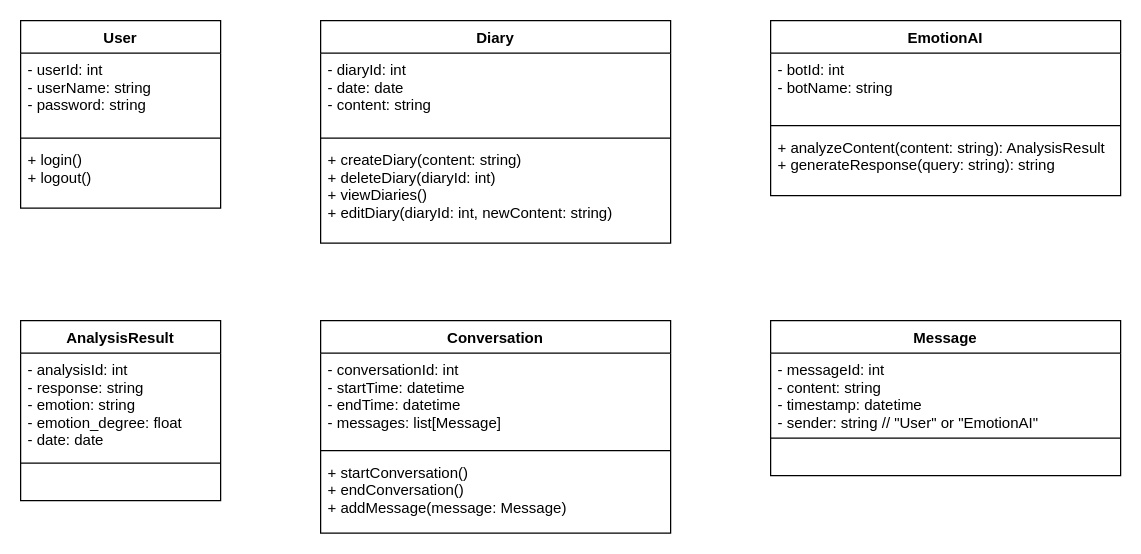
This is spec/figure_class/classes.drawio from ut42univ/EmoDialog, a draw.io file, before an edit. Source tidied: cells renumbered, new cells numbered last; positions are measured from the earlier drawing's top-left corner, leaving out a move shared by most shapes. Both pictures are drawn from the tidied source at 125%, with x=0, y=0 at pixel (20, 20).
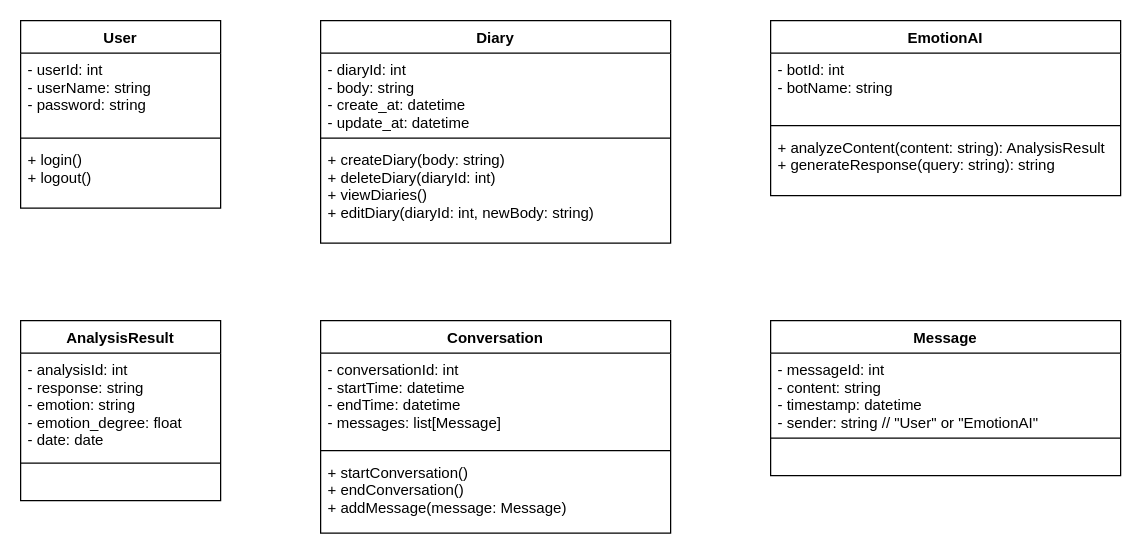
Above is the later version.

Unchanged cells that the change refers to:
```xml
<mxCell id="6" value="Diary" style="swimlane;fontStyle=1;align=center;verticalAlign=top;horizontal=1;startSize=26;" parent="1" vertex="1">
  <mxGeometry x="240" width="280" height="178" as="geometry" />
</mxCell>
```

What changed in the source:
```diff
@@
-    <mxCell id="7" value="- diaryId: int&#10;- date: date&#10;- content: string" style="text;strokeColor=none;fillColor=none;align=left;verticalAlign=top;spacingLeft=4;spacingRight=4;overflow=hidden;" parent="6" vertex="1">
+    <mxCell id="7" value="- diaryId: int&#10;- body: string&#10;- create_at: datetime&#10;- update_at: datetime" style="text;strokeColor=none;fillColor=none;align=left;verticalAlign=top;spacingLeft=4;spacingRight=4;overflow=hidden;" parent="6" vertex="1">
       <mxGeometry y="26" width="280" height="64" as="geometry" />
     </mxCell>
@@
-    <mxCell id="9" value="+ createDiary(content: string)&#10;+ deleteDiary(diaryId: int)&#10;+ viewDiaries()&#10;+ editDiary(diaryId: int, newContent: string)" style="text;strokeColor=none;fillColor=none;align=left;verticalAlign=top;spacingLeft=4;spacingRight=4;overflow=hidden;labelBorderColor=none;labelBackgroundColor=none;fontColor=default;" parent="6" vertex="1">
+    <mxCell id="9" value="+ createDiary(body: string)&#10;+ deleteDiary(diaryId: int)&#10;+ viewDiaries()&#10;+ editDiary(diaryId: int, newBody: string)" style="text;strokeColor=none;fillColor=none;align=left;verticalAlign=top;spacingLeft=4;spacingRight=4;overflow=hidden;labelBorderColor=none;labelBackgroundColor=none;fontColor=default;" parent="6" vertex="1">
       <mxGeometry y="98" width="280" height="80" as="geometry" />
     </mxCell>
```
